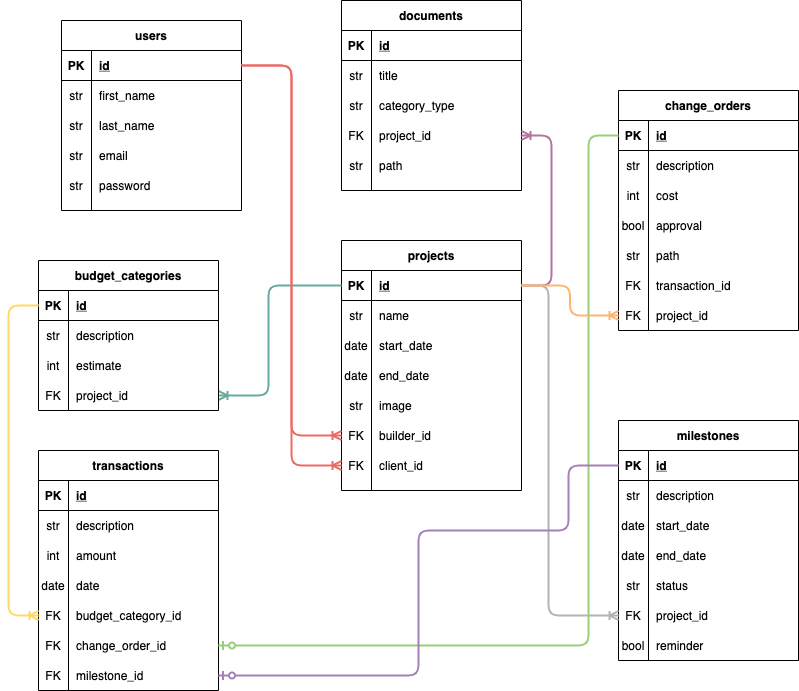
This is planning/ERD.png from Chase78712002/HomeBase, a draw.io export, as it was before one commit. Source tidied: cells renumbered, new cells last; positions are measured from the earlier drawing's top-left corner, leaving out a move shared by most shapes.
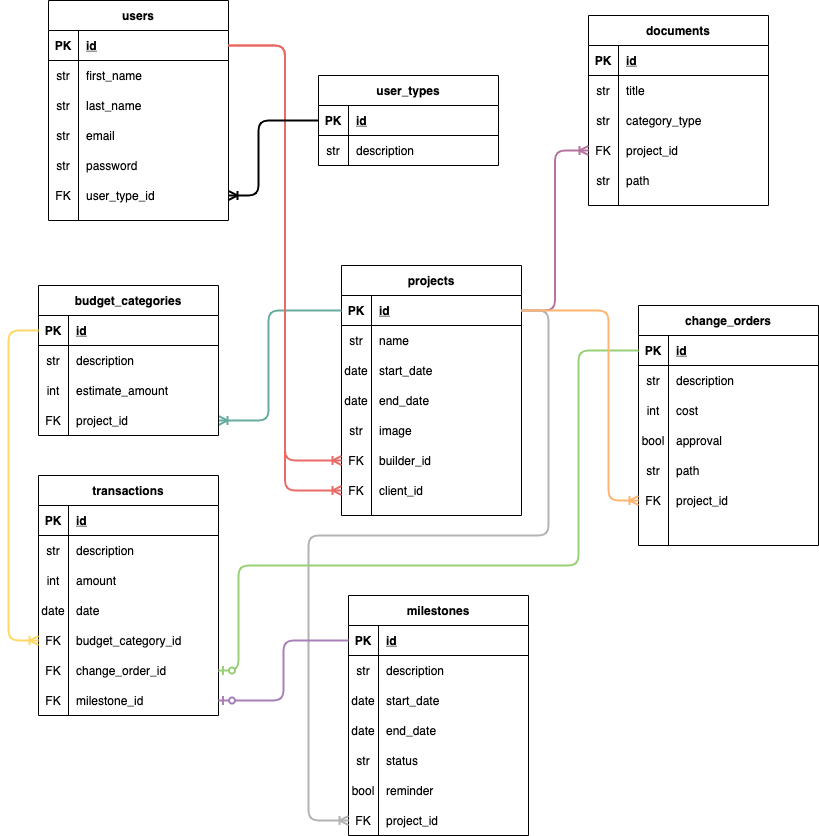
The same diagram one commit later.

Diff of the diagram source:
```diff
@@ -3,7 +3,7 @@
     <mxCell id="0" />
     <mxCell id="1" parent="0" />
     <mxCell id="2" value="users" style="shape=table;startSize=30;rowLines=0;fontStyle=1;align=center;" parent="1" vertex="1">
-      <mxGeometry x="53" y="20" width="180" height="190" as="geometry" />
+      <mxGeometry x="40" y="-25" width="180" height="220" as="geometry" />
     </mxCell>
     <mxCell id="3" style="shape=partialRectangle;fillColor=none;top=0;left=0;bottom=1;right=0;points=[[0,0.5],[1,0.5]];portConstraint=eastwest;" parent="2" vertex="1">
       <mxGeometry y="30" width="180" height="30" as="geometry" />
@@ -50,6 +50,15 @@
     <mxCell id="17" value="password" style="shape=partialRectangle;fillColor=none;top=0;left=0;bottom=0;right=0;align=left;spacingLeft=6;overflow=hidden;" parent="15" vertex="1">
       <mxGeometry x="30" width="150" height="30" as="geometry" />
     </mxCell>
+    <mxCell id="56" style="shape=partialRectangle;fillColor=none;top=0;left=0;bottom=0;right=0;points=[[0,0.5],[1,0.5]];portConstraint=eastwest;" parent="2" vertex="1">
+      <mxGeometry y="180" width="180" height="30" as="geometry" />
+    </mxCell>
+    <mxCell id="57" value="FK" style="shape=partialRectangle;fillColor=none;top=0;left=0;bottom=0;right=0;overflow=hidden;" parent="56" vertex="1">
+      <mxGeometry width="30" height="30" as="geometry" />
+    </mxCell>
+    <mxCell id="144" value="user_type_id" style="shape=partialRectangle;fillColor=none;top=0;left=0;bottom=0;right=0;align=left;spacingLeft=6;overflow=hidden;" parent="56" vertex="1">
+      <mxGeometry x="30" width="150" height="30" as="geometry" />
+    </mxCell>
     <mxCell id="18" value="projects" style="shape=table;startSize=30;rowLines=0;fontStyle=1;align=center;" parent="1" vertex="1">
       <mxGeometry x="333" y="240" width="180" height="250" as="geometry" />
     </mxCell>
@@ -117,7 +126,7 @@
       <mxGeometry x="30" width="150" height="30" as="geometry" />
     </mxCell>
     <mxCell id="40" value="change_orders" style="shape=table;startSize=30;rowLines=0;fontStyle=1;align=center;" parent="1" vertex="1">
-      <mxGeometry x="610" y="90" width="180" height="240" as="geometry" />
+      <mxGeometry x="630" y="280" width="180" height="240" as="geometry" />
     </mxCell>
     <mxCell id="41" style="shape=partialRectangle;fillColor=none;top=0;left=0;bottom=1;right=0;points=[[0,0.5],[1,0.5]];portConstraint=eastwest;" parent="40" vertex="1">
       <mxGeometry y="30" width="180" height="30" as="geometry" />
@@ -164,17 +173,8 @@
     <mxCell id="55" value="path" style="shape=partialRectangle;fillColor=none;top=0;left=0;bottom=0;right=0;align=left;spacingLeft=6;overflow=hidden;" parent="53" vertex="1">
       <mxGeometry x="30" width="150" height="30" as="geometry" />
     </mxCell>
-    <mxCell id="56" style="shape=partialRectangle;fillColor=none;top=0;left=0;bottom=0;right=0;points=[[0,0.5],[1,0.5]];portConstraint=eastwest;" parent="40" vertex="1">
-      <mxGeometry y="180" width="180" height="30" as="geometry" />
-    </mxCell>
-    <mxCell id="57" value="FK" style="shape=partialRectangle;fillColor=none;top=0;left=0;bottom=0;right=0;overflow=hidden;" parent="56" vertex="1">
-      <mxGeometry width="30" height="30" as="geometry" />
-    </mxCell>
-    <mxCell id="58" value="transaction_id" style="shape=partialRectangle;fillColor=none;top=0;left=0;bottom=0;right=0;align=left;spacingLeft=6;overflow=hidden;" parent="56" vertex="1">
-      <mxGeometry x="30" width="150" height="30" as="geometry" />
-    </mxCell>
     <mxCell id="59" style="shape=partialRectangle;fillColor=none;top=0;left=0;bottom=0;right=0;points=[[0,0.5],[1,0.5]];portConstraint=eastwest;" parent="40" vertex="1">
-      <mxGeometry y="210" width="180" height="30" as="geometry" />
+      <mxGeometry y="180" width="180" height="30" as="geometry" />
     </mxCell>
     <mxCell id="60" value="FK" style="shape=partialRectangle;fillColor=none;top=0;left=0;bottom=0;right=0;overflow=hidden;" parent="59" vertex="1">
       <mxGeometry width="30" height="30" as="geometry" />
@@ -249,7 +249,7 @@
       <mxGeometry x="30" width="150" height="30" as="geometry" />
     </mxCell>
     <mxCell id="84" value="documents" style="shape=table;startSize=30;rowLines=0;fontStyle=1;align=center;" parent="1" vertex="1">
-      <mxGeometry x="333" width="180" height="190" as="geometry" />
+      <mxGeometry x="580" y="-10" width="180" height="190" as="geometry" />
     </mxCell>
     <mxCell id="85" style="shape=partialRectangle;fillColor=none;top=0;left=0;bottom=1;right=0;" parent="84" vertex="1">
       <mxGeometry y="30" width="180" height="30" as="geometry" />
@@ -296,7 +296,7 @@
     <mxCell id="99" value="path" style="shape=partialRectangle;fillColor=none;top=0;left=0;bottom=0;right=0;align=left;spacingLeft=6;overflow=hidden;" parent="97" vertex="1">
       <mxGeometry x="30" width="150" height="30" as="geometry" />
     </mxCell>
-    <mxCell id="100" style="edgeStyle=entityRelationEdgeStyle;fontSize=12;html=1;endArrow=ERoneToMany;exitX=1;exitY=0.5;exitDx=0;exitDy=0;strokeColor=#B5739D;strokeWidth=2;" parent="1" edge="1" source="19" target="94">
+    <mxCell id="100" style="edgeStyle=orthogonalEdgeStyle;fontSize=12;html=1;endArrow=ERoneToMany;exitX=1;exitY=0.5;exitDx=0;exitDy=0;strokeColor=#B5739D;strokeWidth=2;" parent="1" edge="1" source="19" target="94">
       <mxGeometry relative="1" as="geometry" />
     </mxCell>
     <mxCell id="101" style="edgeStyle=orthogonalEdgeStyle;fontSize=12;html=1;endArrow=ERoneToMany;exitX=0;exitY=0.5;exitDx=0;exitDy=0;entryX=1;entryY=0.5;entryDx=0;entryDy=0;strokeColor=#67AB9F;strokeWidth=2;" parent="1" edge="1" source="19" target="135">
@@ -308,7 +308,7 @@
       </mxGeometry>
     </mxCell>
     <mxCell id="102" value="milestones" style="shape=table;startSize=30;rowLines=0;fontStyle=1;align=center;" parent="1" vertex="1">
-      <mxGeometry x="610" y="420" width="180" height="240" as="geometry" />
+      <mxGeometry x="340" y="570" width="180" height="240" as="geometry" />
     </mxCell>
     <mxCell id="103" style="shape=partialRectangle;fillColor=none;top=0;left=0;bottom=1;right=0;points=[[0,0.5],[1,0.5]];portConstraint=eastwest;" parent="102" vertex="1">
       <mxGeometry y="30" width="180" height="30" as="geometry" />
@@ -355,8 +355,17 @@
     <mxCell id="117" value="status" style="shape=partialRectangle;fillColor=none;top=0;left=0;bottom=0;right=0;align=left;spacingLeft=6;overflow=hidden;" parent="115" vertex="1">
       <mxGeometry x="30" width="150" height="30" as="geometry" />
     </mxCell>
+    <mxCell id="121" style="shape=partialRectangle;fillColor=none;top=0;left=0;bottom=0;right=0;" parent="102" vertex="1">
+      <mxGeometry y="180" width="180" height="30" as="geometry" />
+    </mxCell>
+    <mxCell id="122" value="bool" style="shape=partialRectangle;fillColor=none;top=0;left=0;bottom=0;right=0;overflow=hidden;" parent="121" vertex="1">
+      <mxGeometry width="30" height="30" as="geometry" />
+    </mxCell>
+    <mxCell id="123" value="reminder" style="shape=partialRectangle;fillColor=none;top=0;left=0;bottom=0;right=0;align=left;spacingLeft=6;overflow=hidden;" parent="121" vertex="1">
+      <mxGeometry x="30" width="150" height="30" as="geometry" />
+    </mxCell>
     <mxCell id="118" style="shape=partialRectangle;fillColor=none;top=0;left=0;bottom=0;right=0;points=[[0,0.5],[1,0.5]];portConstraint=eastwest;" parent="102" vertex="1">
-      <mxGeometry y="180" width="180" height="30" as="geometry" />
+      <mxGeometry y="210" width="180" height="30" as="geometry" />
     </mxCell>
     <mxCell id="119" value="FK" style="shape=partialRectangle;fillColor=none;top=0;left=0;bottom=0;right=0;overflow=hidden;" parent="118" vertex="1">
       <mxGeometry width="30" height="30" as="geometry" />
@@ -364,20 +373,13 @@
     <mxCell id="120" value="project_id" style="shape=partialRectangle;fillColor=none;top=0;left=0;bottom=0;right=0;align=left;spacingLeft=6;overflow=hidden;" parent="118" vertex="1">
       <mxGeometry x="30" width="150" height="30" as="geometry" />
     </mxCell>
-    <mxCell id="121" style="shape=partialRectangle;fillColor=none;top=0;left=0;bottom=0;right=0;" parent="102" vertex="1">
-      <mxGeometry y="210" width="180" height="30" as="geometry" />
-    </mxCell>
-    <mxCell id="122" value="bool" style="shape=partialRectangle;fillColor=none;top=0;left=0;bottom=0;right=0;overflow=hidden;" parent="121" vertex="1">
-      <mxGeometry width="30" height="30" as="geometry" />
-    </mxCell>
-    <mxCell id="123" value="reminder" style="shape=partialRectangle;fillColor=none;top=0;left=0;bottom=0;right=0;align=left;spacingLeft=6;overflow=hidden;" parent="121" vertex="1">
-      <mxGeometry x="30" width="150" height="30" as="geometry" />
-    </mxCell>
     <mxCell id="124" style="fontSize=12;html=1;endArrow=ERoneToMany;exitX=1;exitY=0.5;exitDx=0;exitDy=0;entryX=0;entryY=0.5;entryDx=0;entryDy=0;edgeStyle=orthogonalEdgeStyle;strokeWidth=2;strokeColor=#B3B3B3;" parent="1" edge="1" source="19" target="118">
       <mxGeometry relative="1" as="geometry">
         <Array as="points">
           <mxPoint x="540" y="285" />
-          <mxPoint x="540" y="615" />
+          <mxPoint x="540" y="510" />
+          <mxPoint x="300" y="510" />
+          <mxPoint x="300" y="795" />
         </Array>
       </mxGeometry>
     </mxCell>
@@ -408,7 +410,7 @@
     <mxCell id="133" value="int" style="shape=partialRectangle;fillColor=none;top=0;left=0;bottom=0;right=0;overflow=hidden;" parent="132" vertex="1">
       <mxGeometry width="30" height="30" as="geometry" />
     </mxCell>
-    <mxCell id="134" value="estimate" style="shape=partialRectangle;fillColor=none;top=0;left=0;bottom=0;right=0;align=left;spacingLeft=6;overflow=hidden;" parent="132" vertex="1">
+    <mxCell id="134" value="estimate_amount" style="shape=partialRectangle;fillColor=none;top=0;left=0;bottom=0;right=0;align=left;spacingLeft=6;overflow=hidden;" parent="132" vertex="1">
       <mxGeometry x="30" width="150" height="30" as="geometry" />
     </mxCell>
     <mxCell id="135" style="shape=partialRectangle;fillColor=none;top=0;left=0;bottom=0;right=0;points=[[0,0.5],[1,0.5]];portConstraint=eastwest;" parent="125" vertex="1">
@@ -431,29 +433,58 @@
         </Array>
       </mxGeometry>
     </mxCell>
-    <mxCell id="140" style="fontSize=12;html=1;endArrow=ERzeroToOne;endFill=1;exitX=0;exitY=0.5;exitDx=0;exitDy=0;strokeColor=#97D077;strokeWidth=2;entryX=1;entryY=0.5;entryDx=0;entryDy=0;edgeStyle=orthogonalEdgeStyle;" parent="1" edge="1" source="41" target="78">
+    <mxCell id="140" style="fontSize=12;html=1;endArrow=ERzeroToOne;endFill=1;entryX=1;entryY=0.5;entryDx=0;entryDy=0;strokeColor=#97D077;strokeWidth=2;exitX=0;exitY=0.5;exitDx=0;exitDy=0;edgeStyle=orthogonalEdgeStyle;" parent="1" edge="1" source="41" target="78">
       <mxGeometry relative="1" as="geometry">
         <Array as="points">
-          <mxPoint x="580" y="135" />
-          <mxPoint x="580" y="645" />
+          <mxPoint x="570" y="325" />
+          <mxPoint x="570" y="540" />
+          <mxPoint x="230" y="540" />
+          <mxPoint x="230" y="645" />
         </Array>
       </mxGeometry>
     </mxCell>
-    <mxCell id="141" style="fontSize=12;html=1;endArrow=ERzeroToOne;endFill=1;exitX=0;exitY=0.5;exitDx=0;exitDy=0;edgeStyle=orthogonalEdgeStyle;strokeColor=#A680B8;strokeWidth=2;entryX=1;entryY=0.5;entryDx=0;entryDy=0;" parent="1" edge="1" source="103" target="81">
-      <mxGeometry relative="1" as="geometry">
-        <Array as="points">
-          <mxPoint x="560" y="465" />
-          <mxPoint x="560" y="530" />
-          <mxPoint x="410" y="530" />
-          <mxPoint x="410" y="675" />
-        </Array>
-      </mxGeometry>
+    <mxCell id="141" style="fontSize=12;html=1;endArrow=ERzeroToOne;endFill=1;exitX=0;exitY=0.5;exitDx=0;exitDy=0;strokeColor=#A680B8;strokeWidth=2;entryX=1;entryY=0.5;entryDx=0;entryDy=0;edgeStyle=orthogonalEdgeStyle;" parent="1" edge="1" source="103" target="81">
+      <mxGeometry relative="1" as="geometry" />
     </mxCell>
     <mxCell id="142" style="fontSize=12;html=1;endArrow=ERoneToMany;exitX=1;exitY=0.5;exitDx=0;exitDy=0;entryX=0;entryY=0.5;entryDx=0;entryDy=0;edgeStyle=orthogonalEdgeStyle;strokeColor=#FFB570;strokeWidth=2;" parent="1" edge="1" source="19" target="59">
-      <mxGeometry relative="1" as="geometry" />
+      <mxGeometry relative="1" as="geometry">
+        <Array as="points">
+          <mxPoint x="600" y="285" />
+          <mxPoint x="600" y="475" />
+        </Array>
+      </mxGeometry>
     </mxCell>
+    <mxCell id="145" value="user_types" style="shape=table;startSize=30;rowLines=0;fontStyle=1;align=center;" parent="1" vertex="1">
+      <mxGeometry x="310" y="50" width="180" height="90" as="geometry" />
+    </mxCell>
+    <mxCell id="146" style="shape=partialRectangle;fillColor=none;top=0;left=0;bottom=1;right=0;points=[[0,0.5],[1,0.5]];portConstraint=eastwest;" parent="145" vertex="1">
+      <mxGeometry y="30" width="180" height="30" as="geometry" />
+    </mxCell>
+    <mxCell id="147" value="PK" style="shape=partialRectangle;fillColor=none;top=0;left=0;bottom=0;right=0;fontStyle=1;overflow=hidden;" parent="146" vertex="1">
+      <mxGeometry width="30" height="30" as="geometry" />
+    </mxCell>
+    <mxCell id="148" value="id" style="shape=partialRectangle;fillColor=none;top=0;left=0;bottom=0;right=0;align=left;spacingLeft=6;fontStyle=5;overflow=hidden;" parent="146" vertex="1">
+      <mxGeometry x="30" width="150" height="30" as="geometry" />
+    </mxCell>
+    <mxCell id="149" style="shape=partialRectangle;fillColor=none;top=0;left=0;bottom=0;right=0;" parent="145" vertex="1">
+      <mxGeometry y="60" width="180" height="30" as="geometry" />
+    </mxCell>
+    <mxCell id="150" value="str" style="shape=partialRectangle;fillColor=none;top=0;left=0;bottom=0;right=0;overflow=hidden;" parent="149" vertex="1">
+      <mxGeometry width="30" height="30" as="geometry" />
+    </mxCell>
+    <mxCell id="151" value="description" style="shape=partialRectangle;fillColor=none;top=0;left=0;bottom=0;right=0;align=left;spacingLeft=6;overflow=hidden;" parent="149" vertex="1">
+      <mxGeometry x="30" width="150" height="30" as="geometry" />
+    </mxCell>
     <mxCell id="143" style="edgeStyle=orthogonalEdgeStyle;fontSize=12;html=1;endArrow=ERoneToMany;exitX=1;exitY=0.5;exitDx=0;exitDy=0;entryX=0;entryY=0.5;entryDx=0;entryDy=0;strokeColor=#EA6B66;strokeWidth=2;" parent="1" edge="1" source="3" target="34">
       <mxGeometry relative="1" as="geometry" />
     </mxCell>
+    <mxCell id="152" style="edgeStyle=orthogonalEdgeStyle;fontSize=12;html=1;endArrow=ERoneToMany;entryX=1;entryY=0.5;entryDx=0;entryDy=0;exitX=0;exitY=0.5;exitDx=0;exitDy=0;strokeWidth=2;" parent="1" edge="1" source="146" target="56">
+      <mxGeometry relative="1" as="geometry">
+        <Array as="points">
+          <mxPoint x="250" y="95" />
+          <mxPoint x="250" y="170" />
+        </Array>
+      </mxGeometry>
+    </mxCell>
   </root>
 </mxGraphModel>
```
